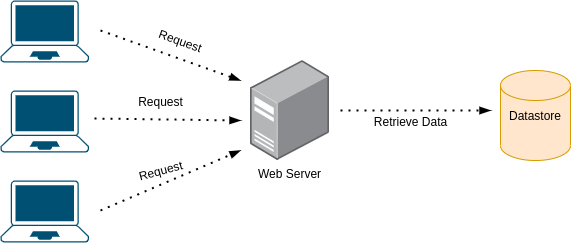
Before: images/design/cache_basics_1.png, a diagram exported from draw.io (bregman-arie/system-design-notebook). Source tidied: cells renumbered, new cells last; positions are measured from the earlier drawing's top-left corner, leaving out a move shared by most shapes.
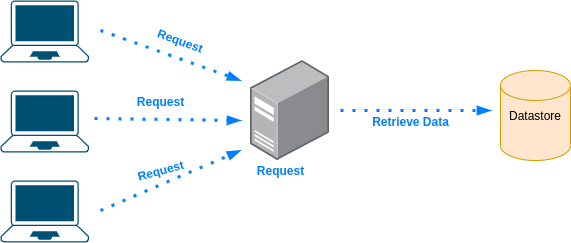
The same diagram one commit later.

What changed in the source:
```diff
@@ -14,43 +14,46 @@
     <mxCell id="5" style="verticalLabelPosition=bottom;html=1;verticalAlign=top;align=center;shape=mxgraph.cisco19.laptop;fillColor=#005073;strokeColor=none;" parent="1" vertex="1">
       <mxGeometry y="180" width="88.6" height="62" as="geometry" />
     </mxCell>
-    <mxCell id="6" value="Web Server" style="html=1;align=center;shadow=0;dashed=0;image;image=img/lib/allied_telesis/computer_and_terminals/Server_Desktop.svg;" parent="1" vertex="1">
+    <mxCell id="6" style="html=1;align=center;shadow=0;dashed=0;image;image=img/lib/allied_telesis/computer_and_terminals/Server_Desktop.svg;" parent="1" vertex="1">
       <mxGeometry x="250" y="60" width="78.9" height="100" as="geometry" />
     </mxCell>
-    <mxCell id="7" style="endArrow=blockThin;dashed=1;html=1;dashPattern=1 3;strokeWidth=2;endFill=1;" parent="1" edge="1">
+    <mxCell id="7" style="endArrow=blockThin;dashed=1;html=1;dashPattern=1 3;strokeWidth=3;endFill=1;fontStyle=1;strokeColor=#007FFF;" parent="1" edge="1">
       <mxGeometry relative="1" as="geometry">
         <mxPoint x="100" y="30" as="sourcePoint" />
         <mxPoint x="240" y="80" as="targetPoint" />
       </mxGeometry>
     </mxCell>
-    <mxCell id="8" style="endArrow=blockThin;dashed=1;html=1;dashPattern=1 3;strokeWidth=2;endFill=1;exitX=1.061;exitY=0.452;exitDx=0;exitDy=0;exitPerimeter=0;" parent="1" edge="1" source="4">
+    <mxCell id="8" style="endArrow=blockThin;dashed=1;html=1;dashPattern=1 3;strokeWidth=3;endFill=1;exitX=1.061;exitY=0.452;exitDx=0;exitDy=0;exitPerimeter=0;fontStyle=1;strokeColor=#007FFF;" parent="1" edge="1" source="4">
       <mxGeometry relative="1" as="geometry">
         <mxPoint x="240" y="120" as="targetPoint" />
       </mxGeometry>
     </mxCell>
-    <mxCell id="9" style="endArrow=blockThin;dashed=1;html=1;dashPattern=1 3;strokeWidth=2;endFill=1;" parent="1" edge="1">
+    <mxCell id="9" style="endArrow=blockThin;dashed=1;html=1;dashPattern=1 3;strokeWidth=3;endFill=1;fontStyle=1;strokeColor=#007FFF;" parent="1" edge="1">
       <mxGeometry relative="1" as="geometry">
         <mxPoint x="100" y="210" as="sourcePoint" />
         <mxPoint x="240" y="150" as="targetPoint" />
       </mxGeometry>
     </mxCell>
-    <mxCell id="10" style="endArrow=blockThin;dashed=1;html=1;dashPattern=1 3;strokeWidth=2;endFill=1;" parent="1" edge="1">
+    <mxCell id="10" style="endArrow=blockThin;dashed=1;html=1;dashPattern=1 3;strokeWidth=3;endFill=1;fontStyle=1;strokeColor=#007FFF;" parent="1" edge="1">
       <mxGeometry relative="1" as="geometry">
         <mxPoint x="340" y="110" as="sourcePoint" />
         <mxPoint x="490" y="110" as="targetPoint" />
       </mxGeometry>
     </mxCell>
-    <mxCell id="11" value="Retrieve Data" style="text;html=1;align=center;verticalAlign=middle;" parent="1" vertex="1">
+    <mxCell id="11" value="Retrieve Data" style="text;html=1;align=center;verticalAlign=middle;fontStyle=1;fontColor=#007FFF;" parent="1" vertex="1">
       <mxGeometry x="365" y="111" width="90" height="20" as="geometry" />
     </mxCell>
-    <mxCell id="12" value="Request" style="text;html=1;align=center;verticalAlign=middle;rotation=20;" parent="1" vertex="1">
+    <mxCell id="12" value="Request" style="text;html=1;align=center;verticalAlign=middle;rotation=20;fontStyle=1;fontColor=#007FFF;" parent="1" vertex="1">
       <mxGeometry x="150" y="30" width="60" height="20" as="geometry" />
     </mxCell>
-    <mxCell id="13" value="Request" style="text;html=1;align=center;verticalAlign=middle;rotation=0;" parent="1" vertex="1">
+    <mxCell id="13" value="Request" style="text;html=1;align=center;verticalAlign=middle;rotation=0;fontStyle=1;fontColor=#007FFF;" parent="1" vertex="1">
       <mxGeometry x="130" y="91" width="60" height="20" as="geometry" />
     </mxCell>
-    <mxCell id="14" value="Request" style="text;html=1;align=center;verticalAlign=middle;rotation=-15;" parent="1" vertex="1">
+    <mxCell id="14" value="Request" style="text;html=1;align=center;verticalAlign=middle;rotation=-15;fontStyle=1;fontColor=#007FFF;" parent="1" vertex="1">
       <mxGeometry x="130" y="160" width="60" height="20" as="geometry" />
     </mxCell>
+    <mxCell id="15" value="Request" style="text;html=1;align=center;verticalAlign=middle;rotation=0;fontStyle=1;fontColor=#007FFF;" parent="1" vertex="1">
+      <mxGeometry x="250" y="160" width="60" height="20" as="geometry" />
+    </mxCell>
   </root>
 </mxGraphModel>
```
